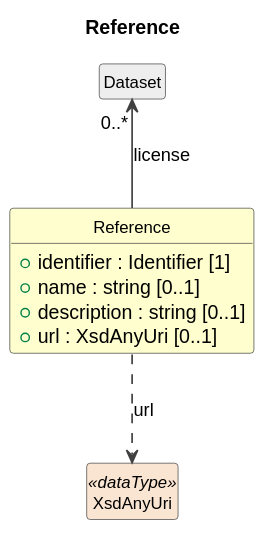
The PlantUML diagram cdif-uml-model/CDIFDataStructure/Classes/Reference.svg in Cross-Domain-Interoperability-Framework/metadataBuildingBlocks, before a commit. Its diagram source:
```plantuml
@startuml
title Reference
hide circle
hide empty members
skinparam shadowing false
skinparam ArrowThickness 1.2
skinparam class {
  ArrowColor #404040
  BorderColor #404040
  FontSize 12
}

class "Reference" as Reference #FEFECE {
  +identifier : Identifier [1]
  +name : string [0..1]
  +description : string [0..1]
  +url : XsdAnyUri [0..1]
}
class "Dataset" as Dataset #EEEEEE
Dataset "0..*" <-- Reference : license
class "XsdAnyUri" as XsdAnyUri <<dataType>> #FAE5D3
Reference ..> XsdAnyUri : url
@enduml
```
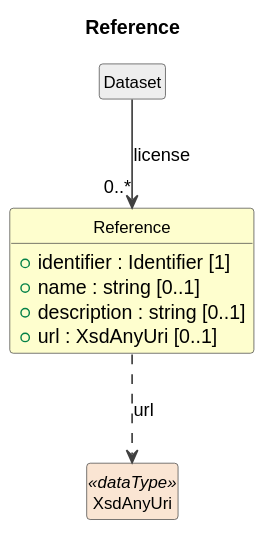
Above is the later version.

The edit, as a diff of the source:
```diff
@@ -17,7 +17,7 @@
   +url : XsdAnyUri [0..1]
 }
 class "Dataset" as Dataset #EEEEEE
-Dataset "0..*" <-- Reference : license
+Dataset --> "0..*" Reference : license
 class "XsdAnyUri" as XsdAnyUri <<dataType>> #FAE5D3
 Reference ..> XsdAnyUri : url
 @enduml
```
